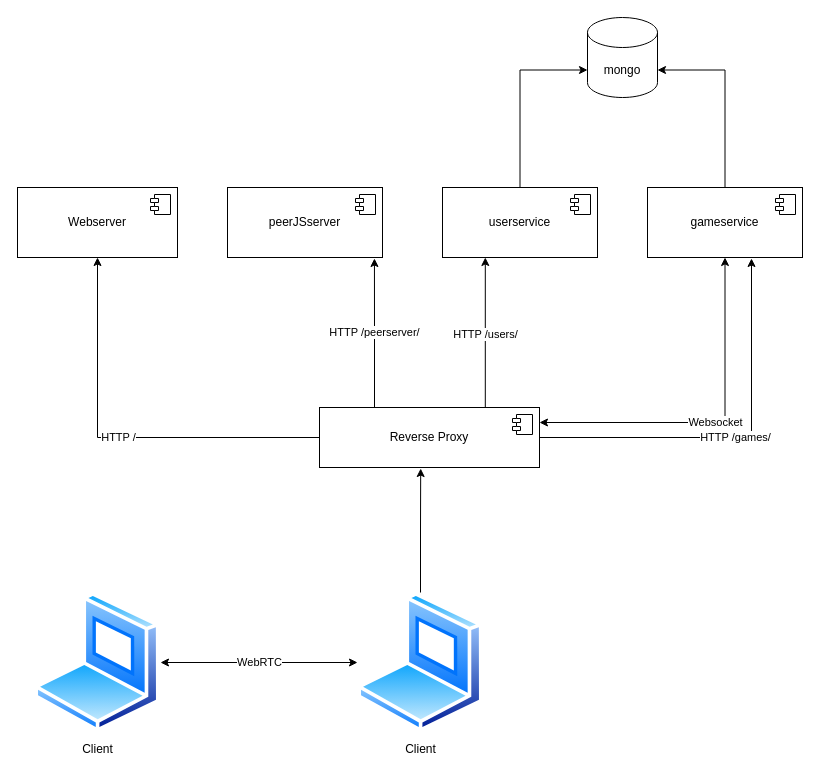
This is documentation/komponentendiagramm.drawio from distributed-bangers/p2p-game, a draw.io file, before an edit. Source tidied: cells renumbered, new cells numbered last; positions are measured from the earlier drawing's top-left corner, leaving out a move shared by most shapes. Both pictures are drawn from the tidied source at 100%, with x=0, y=0 at pixel (17, 17).
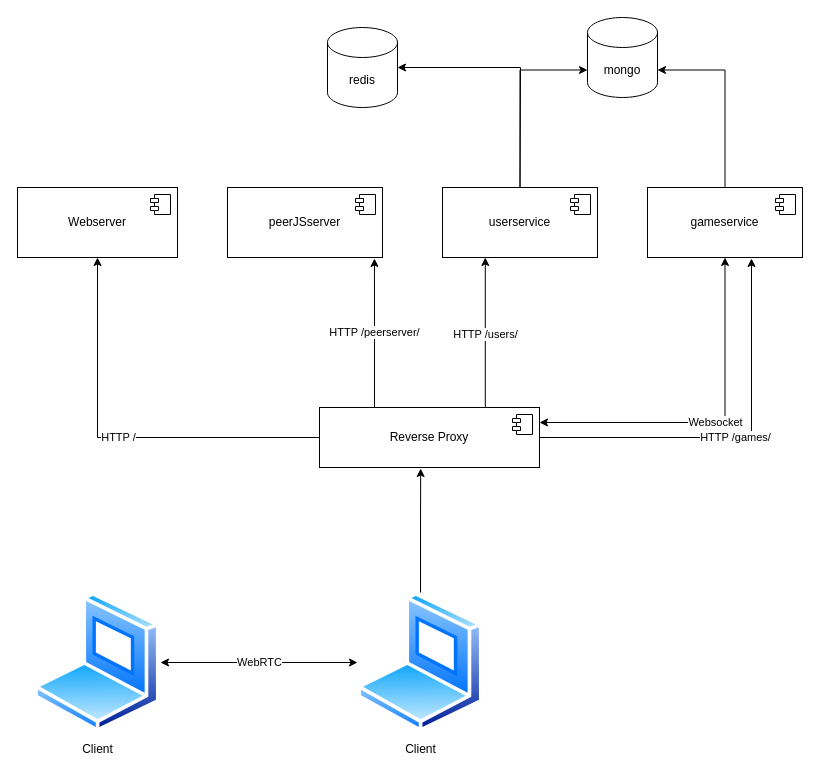
After the change.

Commit message:
redis added to userservice documentation

The change refers to these unchanged cells:
```xml
<mxCell id="11" value="userservice" style="html=1;whiteSpace=wrap;" parent="1" vertex="1">
  <mxGeometry x="425" y="170" width="155" height="70" as="geometry" />
</mxCell>
```

The edit, as a diff of the source:
```diff
@@
+    <mxCell id="24" style="edgeStyle=none;html=1;exitX=0.5;exitY=0;exitDx=0;exitDy=0;entryX=1;entryY=0.5;entryDx=0;entryDy=0;entryPerimeter=0;rounded=0;" parent="1" edge="1" source="11" target="25">
+      <mxGeometry relative="1" as="geometry">
+        <Array as="points">
+          <mxPoint x="503" y="50" />
+        </Array>
+      </mxGeometry>
+    </mxCell>
@@
+    <mxCell id="25" value="redis" style="shape=cylinder3;whiteSpace=wrap;html=1;boundedLbl=1;backgroundOutline=1;size=15;" parent="1" vertex="1">
+      <mxGeometry x="310" y="10" width="70" height="80" as="geometry" />
+    </mxCell>
```
